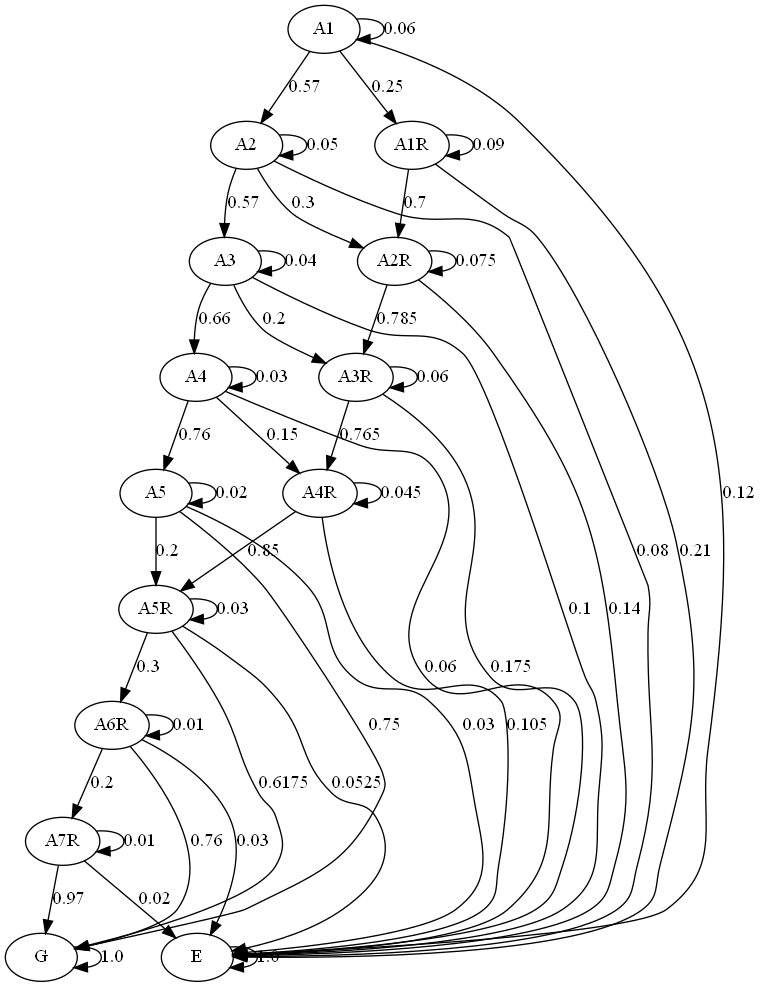
The Graphviz diagram graph/markov.png in JulianaFerreira/educacao, before a commit. Its source is kept beside it as graph/markov.dot.
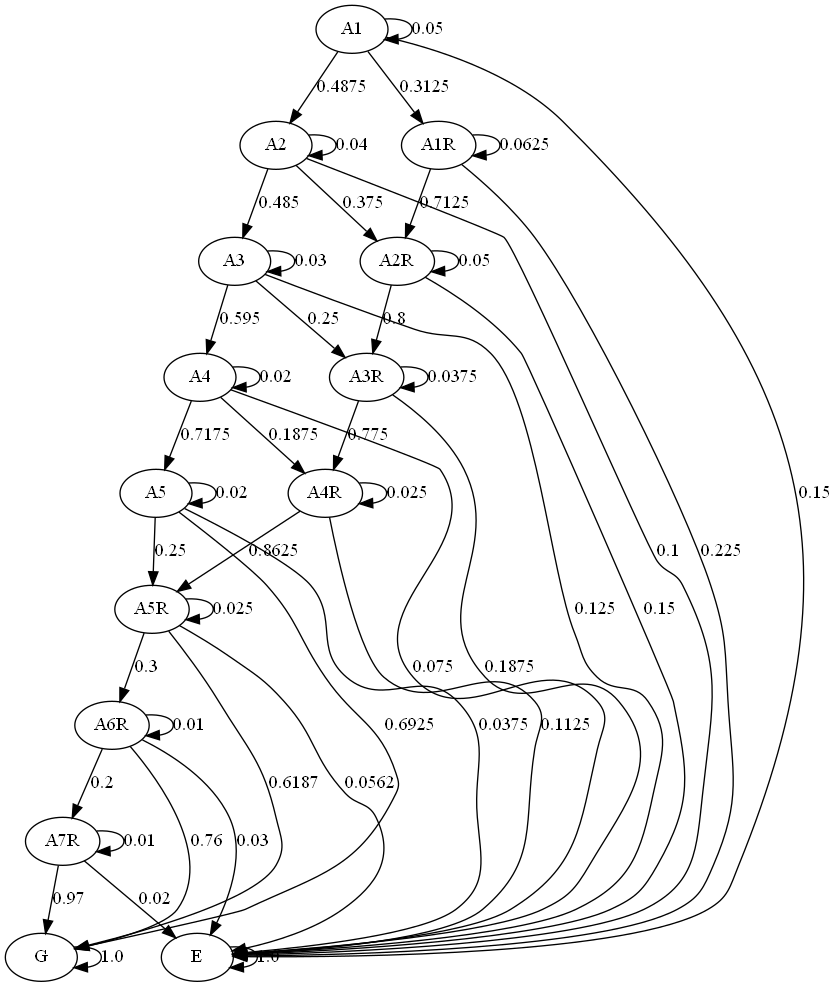
After the commit.

What changed in the source:
```diff
@@ -13,42 +13,42 @@
 A7R;
 G;
 E;
-A1 -> A1  [key=0, label="0.06", weight="0.06"];
-A1 -> A2  [key=0, label="0.57", weight="0.57"];
-A1 -> A1R  [key=0, label="0.25", weight="0.25"];
-A1 -> E  [key=0, label="0.12", weight="0.12"];
-A2 -> A2  [key=0, label="0.05", weight="0.05"];
-A2 -> A3  [key=0, label="0.57", weight="0.57"];
-A2 -> A2R  [key=0, label="0.3", weight="0.3"];
-A2 -> E  [key=0, label="0.08", weight="0.08"];
-A3 -> A3  [key=0, label="0.04", weight="0.04"];
-A3 -> A4  [key=0, label="0.66", weight="0.66"];
-A3 -> A3R  [key=0, label="0.2", weight="0.2"];
-A3 -> E  [key=0, label="0.1", weight="0.1"];
-A4 -> A4  [key=0, label="0.03", weight="0.03"];
-A4 -> A5  [key=0, label="0.76", weight="0.76"];
-A4 -> A4R  [key=0, label="0.15", weight="0.15"];
-A4 -> E  [key=0, label="0.06", weight="0.06"];
+A1 -> A1  [key=0, label="0.05", weight="0.05"];
+A1 -> A2  [key=0, label="0.4875", weight="0.4875"];
+A1 -> A1R  [key=0, label="0.3125", weight="0.3125"];
+A1 -> E  [key=0, label="0.15", weight="0.15"];
+A2 -> A2  [key=0, label="0.04", weight="0.04"];
+A2 -> A3  [key=0, label="0.485", weight="0.485"];
+A2 -> A2R  [key=0, label="0.375", weight="0.375"];
+A2 -> E  [key=0, label="0.1", weight="0.1"];
+A3 -> A3  [key=0, label="0.03", weight="0.03"];
+A3 -> A4  [key=0, label="0.595", weight="0.595"];
+A3 -> A3R  [key=0, label="0.25", weight="0.25"];
+A3 -> E  [key=0, label="0.125", weight="0.125"];
+A4 -> A4  [key=0, label="0.02", weight="0.02"];
+A4 -> A5  [key=0, label="0.7175", weight="0.7175"];
+A4 -> A4R  [key=0, label="0.1875", weight="0.1875"];
+A4 -> E  [key=0, label="0.075", weight="0.075"];
 A5 -> A5  [key=0, label="0.02", weight="0.02"];
-A5 -> A5R  [key=0, label="0.2", weight="0.2"];
-A5 -> G  [key=0, label="0.75", weight="0.75"];
-A5 -> E  [key=0, label="0.03", weight="0.03"];
-A1R -> A1R  [key=0, label="0.09", weight="0.09"];
-A1R -> A2R  [key=0, label="0.7", weight="0.7"];
-A1R -> E  [key=0, label="0.21", weight="0.21"];
-A2R -> A2R  [key=0, label="0.075", weight="0.075"];
-A2R -> A3R  [key=0, label="0.785", weight="0.785"];
-A2R -> E  [key=0, label="0.14", weight="0.14"];
-A3R -> A3R  [key=0, label="0.06", weight="0.06"];
-A3R -> A4R  [key=0, label="0.765", weight="0.765"];
-A3R -> E  [key=0, label="0.175", weight="0.175"];
-A4R -> A4R  [key=0, label="0.045", weight="0.045"];
-A4R -> A5R  [key=0, label="0.85", weight="0.85"];
-A4R -> E  [key=0, label="0.105", weight="0.105"];
-A5R -> A5R  [key=0, label="0.03", weight="0.03"];
+A5 -> A5R  [key=0, label="0.25", weight="0.25"];
+A5 -> G  [key=0, label="0.6925", weight="0.6925"];
+A5 -> E  [key=0, label="0.0375", weight="0.0375"];
+A1R -> A1R  [key=0, label="0.0625", weight="0.0625"];
+A1R -> A2R  [key=0, label="0.7125", weight="0.7125"];
+A1R -> E  [key=0, label="0.225", weight="0.225"];
+A2R -> A2R  [key=0, label="0.05", weight="0.05"];
+A2R -> A3R  [key=0, label="0.8", weight="0.8"];
+A2R -> E  [key=0, label="0.15", weight="0.15"];
+A3R -> A3R  [key=0, label="0.0375", weight="0.0375"];
+A3R -> A4R  [key=0, label="0.775", weight="0.775"];
+A3R -> E  [key=0, label="0.1875", weight="0.1875"];
+A4R -> A4R  [key=0, label="0.025", weight="0.025"];
+A4R -> A5R  [key=0, label="0.8625", weight="0.8625"];
+A4R -> E  [key=0, label="0.1125", weight="0.1125"];
+A5R -> A5R  [key=0, label="0.025", weight="0.025"];
 A5R -> A6R  [key=0, label="0.3", weight="0.3"];
-A5R -> G  [key=0, label="0.6175", weight="0.6175"];
-A5R -> E  [key=0, label="0.0525", weight="0.0525"];
+A5R -> G  [key=0, label="0.6187", weight="0.6187"];
+A5R -> E  [key=0, label="0.0562", weight="0.0562"];
 A6R -> A6R  [key=0, label="0.01", weight="0.01"];
 A6R -> A7R  [key=0, label="0.2", weight="0.2"];
 A6R -> G  [key=0, label="0.76", weight="0.76"];
```
